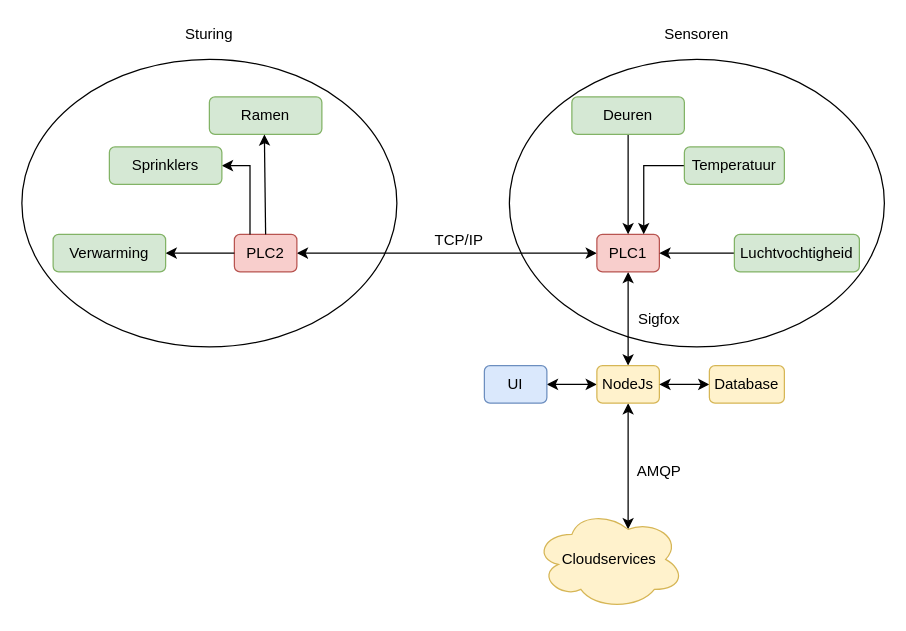
Before: Presentaties/1Projectvoorstel/afbeeldingen/Projectvoorstel_diagrammen.drawio in Koffiejoe/IA-EnOcean, a draw.io diagram. Source tidied: cells renumbered, new cells numbered last; positions are measured from the earlier drawing's top-left corner, leaving out a move shared by most shapes. Both pictures are drawn from the tidied source at 125%, with x=0, y=0 at pixel (21, 21).
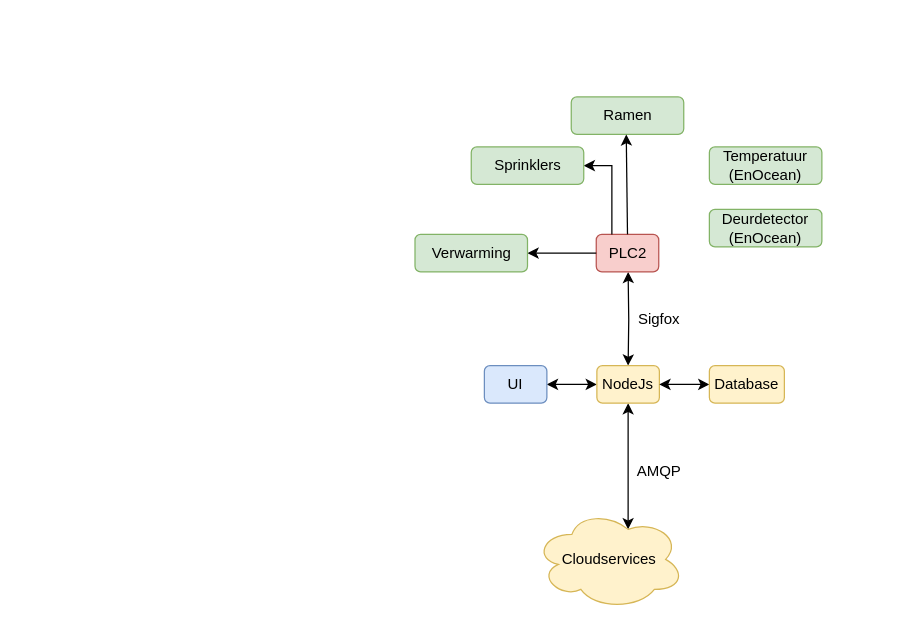
After the change.

Commit message (it also covers changes not shown here):
Serreschema geüpdatet

geupdate volgens de laatste input van Stukken/dieter

Unchanged cells that the change refers to:
```xml
<mxCell id="13" value="NodeJs" style="rounded=1;whiteSpace=wrap;html=1;fillColor=#fff2cc;strokeColor=#d6b656;" parent="1" vertex="1">
  <mxGeometry x="460" y="275" width="50" height="30" as="geometry" />
</mxCell>
```

Change to the diagram source:
```diff
@@
-    <mxCell id="2" style="edgeStyle=orthogonalEdgeStyle;rounded=0;jettySize=auto;html=1;startArrow=classic;startFill=1;" parent="1" edge="1" source="4" target="13">
-      <mxGeometry relative="1" as="geometry" />
+    <mxCell id="2" style="edgeStyle=orthogonalEdgeStyle;rounded=0;jettySize=auto;html=1;startArrow=classic;startFill=1;" parent="1" edge="1" target="13">
+      <mxGeometry relative="1" as="geometry">
+        <mxPoint x="485" y="200" as="sourcePoint" />
+      </mxGeometry>
     </mxCell>
-    <mxCell id="3" style="edgeStyle=orthogonalEdgeStyle;rounded=0;jettySize=auto;html=1;startArrow=classic;startFill=1;endArrow=classic;endFill=1;entryX=1;entryY=0.5;entryDx=0;entryDy=0;" parent="1" edge="1" source="4" target="18">
-      <mxGeometry relative="1" as="geometry" />
-    </mxCell>
-    <mxCell id="4" value="PLC1" style="rounded=1;whiteSpace=wrap;html=1;fillColor=#f8cecc;strokeColor=#b85450;" parent="1" vertex="1">
-      <mxGeometry x="460" y="170" width="50" height="30" as="geometry" />
-    </mxCell>
-    <mxCell id="5" style="edgeStyle=orthogonalEdgeStyle;rounded=0;jettySize=auto;html=1;" parent="1" edge="1" source="6" target="4">
-      <mxGeometry relative="1" as="geometry" />
-    </mxCell>
-    <mxCell id="6" value="Deuren" style="rounded=1;whiteSpace=wrap;html=1;fillColor=#d5e8d4;strokeColor=#82b366;" parent="1" vertex="1">
-      <mxGeometry x="440" y="60" width="90" height="30" as="geometry" />
-    </mxCell>
-    <mxCell id="7" style="edgeStyle=orthogonalEdgeStyle;rounded=0;jettySize=auto;html=1;entryX=0.75;entryY=0;entryDx=0;entryDy=0;" parent="1" edge="1" source="8" target="4">
-      <mxGeometry relative="1" as="geometry" />
-    </mxCell>
-    <mxCell id="8" value="Temperatuur" style="rounded=1;whiteSpace=wrap;html=1;fillColor=#d5e8d4;strokeColor=#82b366;" parent="1" vertex="1">
-      <mxGeometry x="530" y="100" width="80" height="30" as="geometry" />
-    </mxCell>
-    <mxCell id="9" style="edgeStyle=orthogonalEdgeStyle;rounded=0;jettySize=auto;html=1;" parent="1" edge="1" source="10" target="4">
-      <mxGeometry relative="1" as="geometry" />
-    </mxCell>
-    <mxCell id="10" value="Luchtvochtigheid" style="rounded=1;whiteSpace=wrap;html=1;fillColor=#d5e8d4;strokeColor=#82b366;" parent="1" vertex="1">
-      <mxGeometry x="570" y="170" width="100" height="30" as="geometry" />
-    </mxCell>
@@
     <mxCell id="18" value="PLC2" style="rounded=1;whiteSpace=wrap;html=1;fillColor=#f8cecc;strokeColor=#b85450;" parent="1" vertex="1">
-      <mxGeometry x="170" y="170" width="50" height="30" as="geometry" />
+      <mxGeometry x="459.5" y="170" width="50" height="30" as="geometry" />
     </mxCell>
     <mxCell id="19" value="Ramen" style="rounded=1;whiteSpace=wrap;html=1;fillColor=#d5e8d4;strokeColor=#82b366;" parent="1" vertex="1">
-      <mxGeometry x="150" y="60" width="90" height="30" as="geometry" />
+      <mxGeometry x="439.5" y="60" width="90" height="30" as="geometry" />
     </mxCell>
@@
     <mxCell id="21" value="Verwarming" style="rounded=1;whiteSpace=wrap;html=1;fillColor=#d5e8d4;strokeColor=#82b366;" parent="1" vertex="1">
-      <mxGeometry x="25" y="170" width="90" height="30" as="geometry" />
+      <mxGeometry x="314.5" y="170" width="90" height="30" as="geometry" />
     </mxCell>
@@
     <mxCell id="23" value="Sprinklers" style="rounded=1;whiteSpace=wrap;html=1;fillColor=#d5e8d4;strokeColor=#82b366;" parent="1" vertex="1">
-      <mxGeometry x="70" y="100" width="90" height="30" as="geometry" />
+      <mxGeometry x="359.5" y="100" width="90" height="30" as="geometry" />
     </mxCell>
     <mxCell id="24" style="endArrow=none;html=1;entryX=0.5;entryY=0;entryDx=0;entryDy=0;endFill=0;startArrow=classic;startFill=1;" parent="1" edge="1" target="18">
       <mxGeometry relative="1" as="geometry">
-        <mxPoint x="194" y="90" as="sourcePoint" />
+        <mxPoint x="483.5" y="90" as="sourcePoint" />
       </mxGeometry>
     </mxCell>
-    <mxCell id="25" style="ellipse;whiteSpace=wrap;html=1;fillColor=none;" parent="1" vertex="1">
-      <mxGeometry x="390" y="30" width="300" height="230" as="geometry" />
-    </mxCell>
-    <mxCell id="26" style="ellipse;whiteSpace=wrap;html=1;fillColor=none;" parent="1" vertex="1">
-      <mxGeometry y="30" width="300" height="230" as="geometry" />
-    </mxCell>
-    <mxCell id="27" value="Sensoren" style="text;html=1;strokeColor=none;fillColor=none;align=center;verticalAlign=middle;whiteSpace=wrap;rounded=0;" parent="1" vertex="1">
-      <mxGeometry x="510" width="60" height="20" as="geometry" />
-    </mxCell>
-    <mxCell id="28" value="Sturing" style="text;html=1;strokeColor=none;fillColor=none;align=center;verticalAlign=middle;whiteSpace=wrap;rounded=0;" parent="1" vertex="1">
-      <mxGeometry x="120" width="60" height="20" as="geometry" />
-    </mxCell>
@@
-    <mxCell id="30" value="TCP/IP" style="text;html=1;strokeColor=none;fillColor=none;align=center;verticalAlign=middle;whiteSpace=wrap;rounded=0;" parent="1" vertex="1">
-      <mxGeometry x="330" y="165" width="40" height="20" as="geometry" />
-    </mxCell>
@@
+    <mxCell id="32" value="Temperatuur (EnOcean)" style="rounded=1;whiteSpace=wrap;html=1;fillColor=#d5e8d4;strokeColor=#82b366;" parent="1" vertex="1">
+      <mxGeometry x="550" y="100" width="90" height="30" as="geometry" />
+    </mxCell>
+    <mxCell id="33" value="Deurdetector (EnOcean)" style="rounded=1;whiteSpace=wrap;html=1;fillColor=#d5e8d4;strokeColor=#82b366;" parent="1" vertex="1">
+      <mxGeometry x="550" y="150" width="90" height="30" as="geometry" />
+    </mxCell>
```
